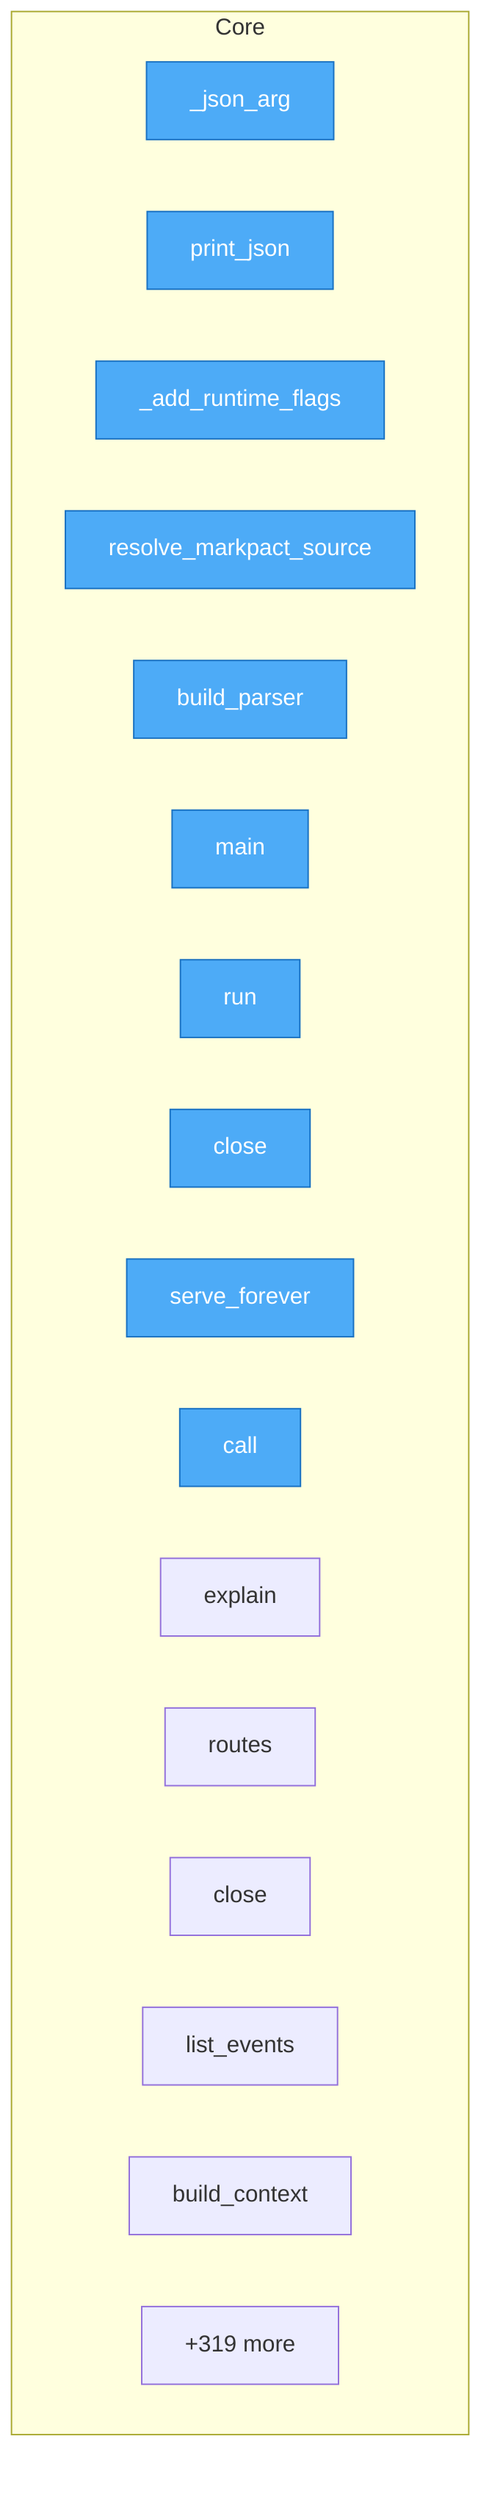
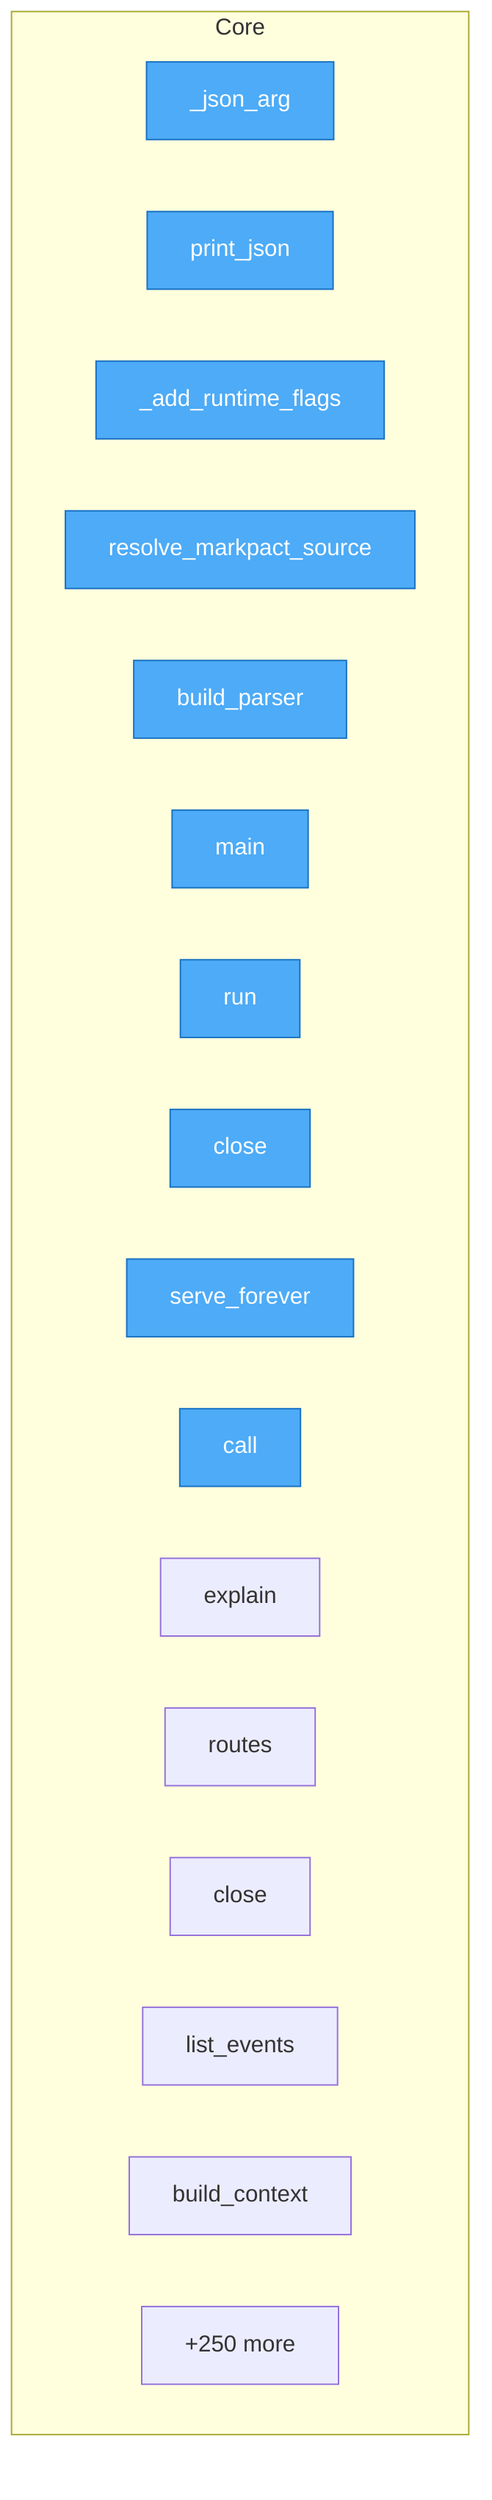
flowchart TD
%% generated in 0.01s

    %% Entry points (blue)
    classDef entry fill:#4dabf7,stroke:#1971c2,color:#fff

    subgraph Core
        src__urisys__cli___json_arg["_json_arg"]
        src__urisys__cli__print_json["print_json"]
        src__urisys__cli___add_runtime_flags["_add_runtime_flags"]
        src__urisys__cli__resolve_markpact_source["resolve_markpact_source"]
        src__urisys__cli__build_parser["build_parser"]
        src__urisys__cli__main["main"]
        src__urisys__controllers__flow_controller__FlowController__run["run"]
        src__urisys__controllers__flow_controller__FlowController__close["close"]
        src__urisys__controllers__server_controller__ServerController__serve_forever["serve_forever"]
        src__urisys__controllers__uri_controller__UriController__call["call"]
        src__urisys__controllers__uri_controller__UriController__explain["explain"]
        src__urisys__controllers__uri_controller__UriController__routes["routes"]
        src__urisys__controllers__uri_controller__UriController__close["close"]
        src__urisys__managers__event_manager__EventManager__list_events["list_events"]
        src__urisys__managers__policy_manager__PolicyManager__build_context["build_context"]
-         ...["+319 more"]
+         ...["+250 more"]
    end

    class src__urisys__cli___json_arg,src__urisys__cli__print_json,src__urisys__cli___add_runtime_flags,src__urisys__cli__resolve_markpact_source,src__urisys__cli__build_parser,src__urisys__cli__main,src__urisys__controllers__flow_controller__FlowController__run,src__urisys__controllers__flow_controller__FlowController__close,src__urisys__controllers__server_controller__ServerController__serve_forever,src__urisys__controllers__uri_controller__UriController__call entry
